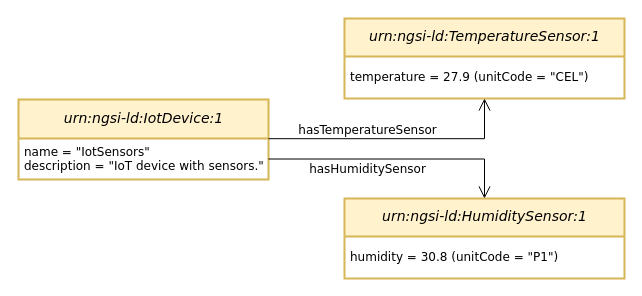
giros-dit/ngsi-ld-client-tester keeps this draw.io diagram as page "instance" (2 of 3) of resources/images/iot-sensors-information-model.drawio. Above is the earlier version. Source tidied: cells renumbered, new cells numbered last; positions are measured from the earlier drawing's top-left corner, leaving out a move shared by most shapes. Both pictures are drawn from the tidied source at 100%, with x=0, y=0 at pixel (18, 18).
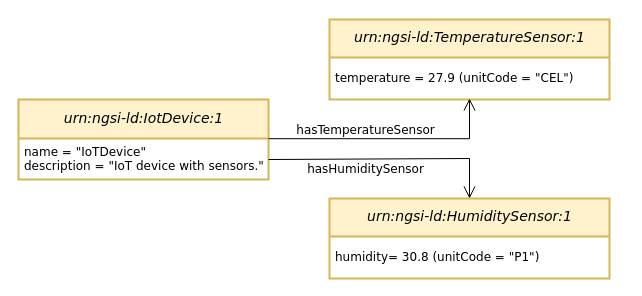
After the change.

Change to the diagram source:
```diff
@@
 <mxGraphModel>
   <root>
-    <mxCell id="0" />
-    <mxCell id="1" parent="0" />
+    <mxCell id="12" />
+    <mxCell id="13" parent="12" />
-    <mxCell id="2" value="&lt;i style=&quot;&quot;&gt;&lt;font face=&quot;Verdana&quot;&gt;urn:ngsi-ld:IotDevice:1&lt;/font&gt;&lt;/i&gt;" style="swimlane;horizontal=1;startSize=39;rounded=0;fontSize=14;fontStyle=0;strokeWidth=2;shadow=0;dashed=0;align=center;fillColor=#fff2cc;strokeColor=#d6b656;arcSize=19;spacingBottom=2;html=1;" parent="1" vertex="1">
+    <mxCell id="2" value="&lt;i style=&quot;&quot;&gt;&lt;font face=&quot;Verdana&quot;&gt;urn:ngsi-ld:IotDevice:1&lt;/font&gt;&lt;/i&gt;" style="swimlane;horizontal=1;startSize=39;rounded=0;fontSize=14;fontStyle=0;strokeWidth=2;shadow=0;dashed=0;align=center;fillColor=#fff2cc;strokeColor=#d6b656;arcSize=19;spacingBottom=2;html=1;" parent="13" vertex="1">
       <mxGeometry y="81" width="250" height="80" as="geometry" />
     </mxCell>
-    <mxCell id="3" value="name = &quot;IotSensors&quot;&lt;br&gt;description = &quot;IoT device with sensors.&lt;span style=&quot;background-color: initial;&quot;&gt;&quot;&lt;/span&gt;" style="align=left;strokeColor=none;fillColor=none;spacingLeft=4;fontSize=12;verticalAlign=top;html=1;fontFamily=Verdana;" parent="2" vertex="1">
-      <mxGeometry y="39" width="250" height="41" as="geometry" />
-    </mxCell>
+    <mxCell id="14" value="name = &quot;IoTDevice&quot;&lt;br&gt;description = &quot;IoT device with sensors.&lt;span style=&quot;background-color: initial;&quot;&gt;&quot;&lt;/span&gt;" style="align=left;strokeColor=none;fillColor=none;spacingLeft=4;fontSize=12;verticalAlign=top;html=1;fontFamily=Verdana;" parent="2" vertex="1">
+      <mxGeometry y="39" width="250" height="41" as="geometry" />
+    </mxCell>
-    <mxCell id="4" value="&lt;i style=&quot;border-color: var(--border-color);&quot;&gt;&lt;font face=&quot;Verdana&quot;&gt;urn:ngsi-ld:TemperatureSensor:1&lt;/font&gt;&lt;/i&gt;" style="swimlane;horizontal=1;startSize=38;rounded=0;fontSize=14;fontStyle=2;strokeWidth=2;shadow=0;dashed=0;align=center;fillColor=#fff2cc;strokeColor=#d6b656;spacingBottom=2;arcSize=19;fixDash=0;backgroundOutline=0;enumerate=0;noLabel=0;html=1;" parent="1" vertex="1">
-      <mxGeometry x="326" width="280" height="80" as="geometry" />
+    <mxCell id="4" value="&lt;i style=&quot;border-color: var(--border-color);&quot;&gt;&lt;font face=&quot;Verdana&quot;&gt;urn:ngsi-ld:TemperatureSensor:1&lt;/font&gt;&lt;/i&gt;" style="swimlane;horizontal=1;startSize=38;rounded=0;fontSize=14;fontStyle=2;strokeWidth=2;shadow=0;dashed=0;align=center;fillColor=#fff2cc;strokeColor=#d6b656;spacingBottom=2;arcSize=19;fixDash=0;backgroundOutline=0;enumerate=0;noLabel=0;html=1;" parent="13" vertex="1">
+      <mxGeometry x="311" y="1" width="280" height="80" as="geometry" />
     </mxCell>
     <mxCell id="5" value="temperature =&amp;nbsp;27.9 (unitCode = &quot;CEL&quot;)" style="align=left;strokeColor=none;fillColor=none;spacingLeft=4;fontSize=12;verticalAlign=middle;spacingBottom=0;html=1;fontFamily=Verdana;spacing=2;horizontal=1;" parent="4" vertex="1">
       <mxGeometry y="38" width="280" height="42" as="geometry" />
     </mxCell>
-    <mxCell id="6" value="&lt;i style=&quot;border-color: var(--border-color);&quot;&gt;&lt;font face=&quot;Verdana&quot;&gt;urn:ngsi-ld:HumiditySensor:1&lt;/font&gt;&lt;/i&gt;" style="swimlane;horizontal=1;startSize=38;rounded=0;fontSize=14;fontStyle=2;strokeWidth=2;shadow=0;dashed=0;align=center;fillColor=#fff2cc;strokeColor=#d6b656;spacingBottom=2;arcSize=19;fixDash=0;backgroundOutline=0;enumerate=0;noLabel=0;html=1;" parent="1" vertex="1">
-      <mxGeometry x="326" y="180" width="280" height="80" as="geometry" />
+    <mxCell id="6" value="&lt;i style=&quot;border-color: var(--border-color);&quot;&gt;&lt;font face=&quot;Verdana&quot;&gt;urn:ngsi-ld:HumiditySensor:1&lt;/font&gt;&lt;/i&gt;" style="swimlane;horizontal=1;startSize=38;rounded=0;fontSize=14;fontStyle=2;strokeWidth=2;shadow=0;dashed=0;align=center;fillColor=#fff2cc;strokeColor=#d6b656;spacingBottom=2;arcSize=19;fixDash=0;backgroundOutline=0;enumerate=0;noLabel=0;html=1;" parent="13" vertex="1">
+      <mxGeometry x="311" y="180" width="280" height="80" as="geometry" />
     </mxCell>
-    <mxCell id="7" value="humidity = 30.8 (unitCode = &quot;P1&quot;)" style="align=left;strokeColor=none;fillColor=none;spacingLeft=4;fontSize=12;verticalAlign=middle;spacingBottom=0;html=1;fontFamily=Verdana;spacing=2;horizontal=1;" parent="6" vertex="1">
-      <mxGeometry y="38" width="280" height="42" as="geometry" />
-    </mxCell>
-    <mxCell id="8" style="edgeStyle=orthogonalEdgeStyle;rounded=0;jettySize=auto;html=1;exitX=1;exitY=0.25;exitDx=0;exitDy=0;endArrow=open;endFill=0;startSize=4;endSize=10;entryX=0.5;entryY=1;entryDx=0;entryDy=0;" parent="1" edge="1" target="5">
-      <mxGeometry relative="1" as="geometry">
-        <mxPoint x="250" y="120.2" as="sourcePoint" />
-        <Array as="points">
-          <mxPoint x="466" y="120" />
-        </Array>
-      </mxGeometry>
-    </mxCell>
+    <mxCell id="15" value="humidity=&amp;nbsp;30.8 (unitCode = &quot;P1&quot;)" style="align=left;strokeColor=none;fillColor=none;spacingLeft=4;fontSize=12;verticalAlign=middle;spacingBottom=0;html=1;fontFamily=Verdana;spacing=2;horizontal=1;" parent="6" vertex="1">
+      <mxGeometry y="38" width="280" height="42" as="geometry" />
+    </mxCell>
+    <mxCell id="16" style="edgeStyle=orthogonalEdgeStyle;rounded=0;jumpSize=8;orthogonalLoop=1;jettySize=auto;html=1;fontFamily=Verdana;fontSize=12;fontColor=#000000;startArrow=open;startFill=0;endArrow=none;endFill=0;startSize=10;endSize=4;exitX=0.5;exitY=0;exitDx=0;exitDy=0;strokeWidth=1;entryX=1;entryY=0.5;entryDx=0;entryDy=0;" parent="13" edge="1">
+      <mxGeometry x="0.2" y="10" relative="1" as="geometry">
+        <mxPoint x="451" y="180" as="sourcePoint" />
+        <mxPoint x="250" y="141" as="targetPoint" />
+        <Array as="points">
+          <mxPoint x="451" y="140" />
+          <mxPoint x="250" y="140" />
+        </Array>
+      </mxGeometry>
+    </mxCell>
+    <mxCell id="17" style="edgeStyle=orthogonalEdgeStyle;rounded=0;orthogonalLoop=1;jettySize=auto;html=1;exitX=1;exitY=0.25;exitDx=0;exitDy=0;entryX=0.5;entryY=1;entryDx=0;entryDy=0;endArrow=open;endFill=0;startSize=4;endSize=10;" parent="13" edge="1">
+      <mxGeometry relative="1" as="geometry">
+        <mxPoint x="250" y="120.2" as="sourcePoint" />
+        <mxPoint x="451" y="80" as="targetPoint" />
+        <Array as="points">
+          <mxPoint x="451" y="120" />
+        </Array>
+      </mxGeometry>
+    </mxCell>
-    <mxCell id="9" value="&lt;font face=&quot;Verdana&quot; style=&quot;font-size: 12px;&quot;&gt;hasTemperatureSensor&lt;/font&gt;" style="edgeLabel;html=1;align=center;verticalAlign=middle;" parent="8" vertex="1">
+    <mxCell id="9" value="&lt;font face=&quot;Verdana&quot; style=&quot;font-size: 12px;&quot;&gt;hasTemperatureSensor&lt;/font&gt;" style="edgeLabel;html=1;align=center;verticalAlign=middle;" parent="17" vertex="1">
       <mxGeometry x="0.01" y="1" relative="1" as="geometry">
-        <mxPoint x="-31" y="-8" as="offset" />
+        <mxPoint x="-26" y="-8" as="offset" />
       </mxGeometry>
     </mxCell>
-    <mxCell id="10" style="edgeStyle=orthogonalEdgeStyle;rounded=0;jettySize=auto;html=1;endArrow=open;endFill=0;startSize=4;endSize=10;exitX=1;exitY=0.5;exitDx=0;exitDy=0;entryX=0.5;entryY=0;entryDx=0;entryDy=0;" parent="1" edge="1" source="3" target="6">
-      <mxGeometry relative="1" as="geometry">
-        <Array as="points">
-          <mxPoint x="466" y="141" />
-        </Array>
-      </mxGeometry>
-    </mxCell>
-    <mxCell id="11" value="&lt;font face=&quot;Verdana&quot; style=&quot;font-size: 12px;&quot;&gt;hasHumiditySensor&lt;/font&gt;" style="edgeLabel;html=1;align=center;verticalAlign=middle;" parent="10" vertex="1">
-      <mxGeometry x="0.01" y="1" relative="1" as="geometry">
-        <mxPoint x="-31" y="11" as="offset" />
-      </mxGeometry>
+    <mxCell id="11" value="&lt;font face=&quot;Verdana&quot; style=&quot;font-size: 12px;&quot;&gt;hasHumiditySensor&lt;/font&gt;" style="edgeLabel;html=1;align=center;verticalAlign=middle;" parent="13" vertex="1">
+      <mxGeometry x="346" y="150" as="geometry" />
     </mxCell>
   </root>
 </mxGraphModel>
```
